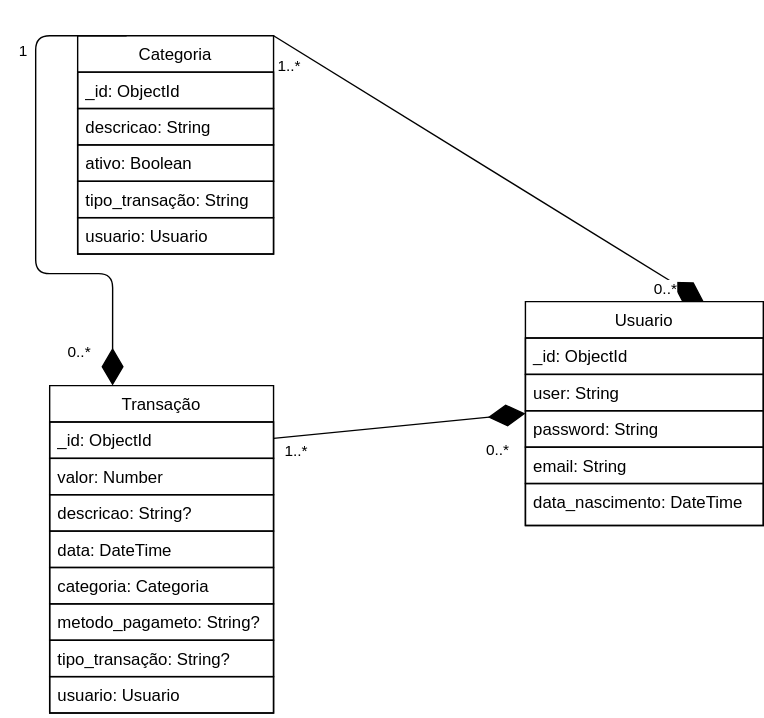
Above: docs/NoAM.svg in FatecFranca/DSM-G09-PI3-2024-2 (draw.io), before the change. Source tidied: cells renumbered, new cells last; positions are measured from the earlier drawing's top-left corner, leaving out a move shared by most shapes.
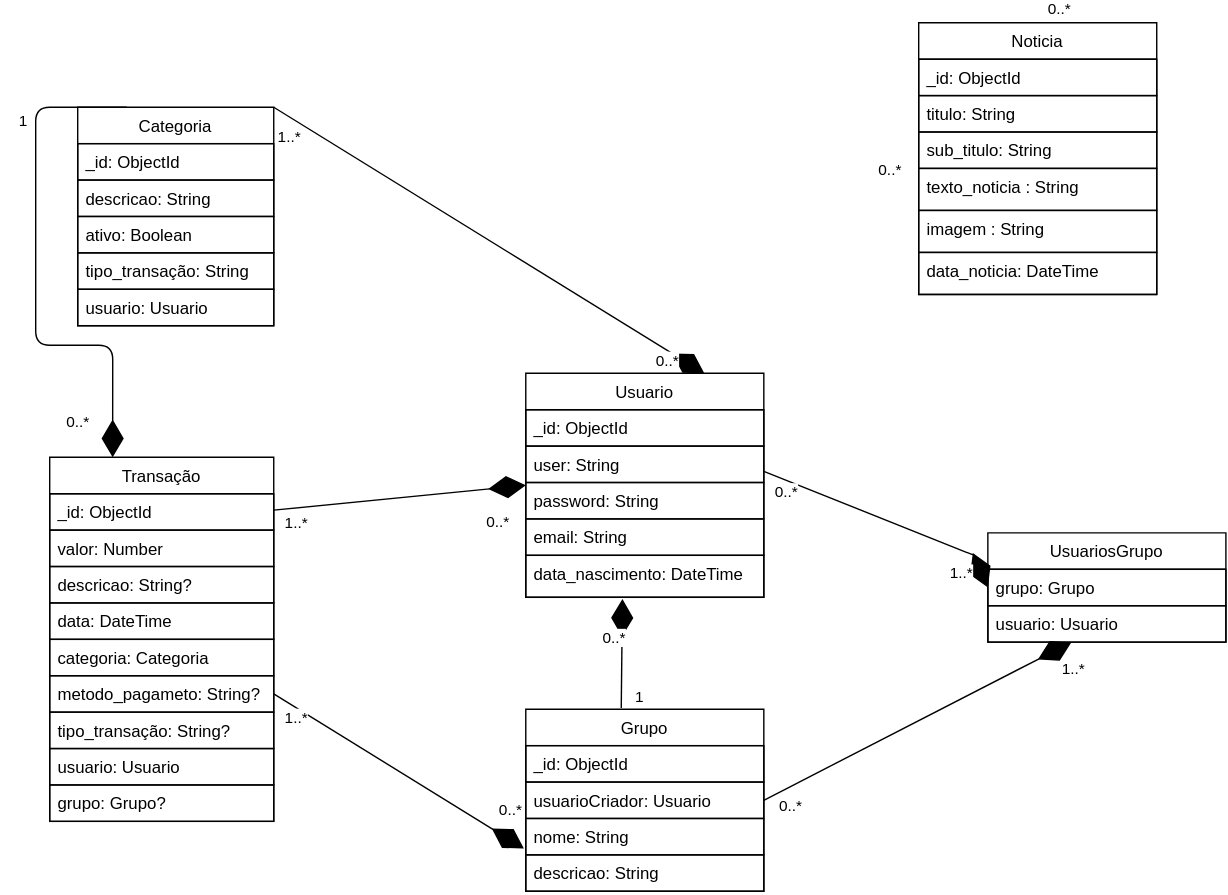
Above is the later version.

Commit message:
Ajustando schema.prisma e diagrama do banco

The edit, as a diff of the source:
```diff
@@ -3,7 +3,7 @@
     <mxCell id="0" />
     <mxCell id="1" parent="0" />
     <mxCell id="2" value="Transação" style="swimlane;fontStyle=0;horizontal=1;startSize=26;fillColor=none;labelBackgroundColor=#FFFFFF;labelBorderColor=none;fontColor=#000000;strokeColor=#000000;" parent="1" vertex="1">
-      <mxGeometry x="10" y="250" width="160" height="234" as="geometry" />
+      <mxGeometry x="10" y="250" width="160" height="260" as="geometry" />
     </mxCell>
     <mxCell id="3" value="_id: ObjectId" style="text;strokeColor=#000000;fillColor=none;align=left;verticalAlign=top;spacingLeft=4;spacingRight=4;overflow=hidden;labelBackgroundColor=#FFFFFF;labelBorderColor=none;fontColor=#000000;" parent="2" vertex="1">
       <mxGeometry y="26" width="160" height="26" as="geometry" />
@@ -29,6 +29,9 @@
     <mxCell id="10" value="usuario: Usuario" style="text;strokeColor=#000000;fillColor=none;align=left;verticalAlign=top;spacingLeft=4;spacingRight=4;overflow=hidden;labelBackgroundColor=#FFFFFF;labelBorderColor=none;fontColor=#000000;rounded=0;" parent="2" vertex="1">
       <mxGeometry y="208" width="160" height="26" as="geometry" />
     </mxCell>
+    <mxCell id="32" value="grupo: Grupo?" style="text;strokeColor=#000000;fillColor=none;align=left;verticalAlign=top;spacingLeft=4;spacingRight=4;overflow=hidden;labelBackgroundColor=#FFFFFF;labelBorderColor=none;fontColor=#000000;rounded=0;" parent="2" vertex="1">
+      <mxGeometry y="234" width="160" height="26" as="geometry" />
+    </mxCell>
     <mxCell id="11" value="Categoria" style="swimlane;fontStyle=0;horizontal=1;startSize=26;fillColor=none;labelBackgroundColor=#FFFFFF;labelBorderColor=none;fontColor=#000000;strokeColor=#000000;" parent="1" vertex="1">
       <mxGeometry x="30" width="140" height="156" as="geometry" />
     </mxCell>
@@ -113,5 +116,113 @@
         <mxPoint x="-5" y="2" as="offset" />
       </mxGeometry>
     </mxCell>
+    <mxCell id="33" value="Noticia" style="swimlane;fontStyle=0;horizontal=1;startSize=26;fillColor=none;labelBackgroundColor=#FFFFFF;labelBorderColor=none;fontColor=#000000;shadow=0;strokeColor=#000000;" parent="1" vertex="1">
+      <mxGeometry x="630.6" y="-60.3" width="170" height="194" as="geometry" />
+    </mxCell>
+    <mxCell id="34" value="_id: ObjectId&#10;" style="text;strokeColor=#000000;fillColor=none;align=left;verticalAlign=top;spacingLeft=4;spacingRight=4;overflow=hidden;labelBackgroundColor=#FFFFFF;labelBorderColor=none;fontColor=#000000;" parent="33" vertex="1">
+      <mxGeometry y="26" width="170" height="26" as="geometry" />
+    </mxCell>
+    <mxCell id="35" value="titulo: String" style="text;strokeColor=#000000;fillColor=none;align=left;verticalAlign=top;spacingLeft=4;spacingRight=4;overflow=hidden;labelBackgroundColor=#FFFFFF;labelBorderColor=none;fontColor=#000000;" parent="33" vertex="1">
+      <mxGeometry y="52" width="170" height="26" as="geometry" />
+    </mxCell>
+    <mxCell id="36" value="sub_titulo: String" style="text;strokeColor=#000000;fillColor=none;align=left;verticalAlign=top;spacingLeft=4;spacingRight=4;overflow=hidden;labelBackgroundColor=#FFFFFF;labelBorderColor=none;fontColor=#000000;" parent="33" vertex="1">
+      <mxGeometry y="78" width="170" height="26" as="geometry" />
+    </mxCell>
+    <mxCell id="37" value="texto_noticia : String  &#10;" style="text;strokeColor=#000000;fillColor=none;align=left;verticalAlign=top;spacingLeft=4;spacingRight=4;overflow=hidden;labelBackgroundColor=#FFFFFF;labelBorderColor=none;fontColor=#000000;" parent="33" vertex="1">
+      <mxGeometry y="104" width="170" height="30" as="geometry" />
+    </mxCell>
+    <mxCell id="38" value="imagem : String  &#10;" style="text;strokeColor=#000000;fillColor=none;align=left;verticalAlign=top;spacingLeft=4;spacingRight=4;overflow=hidden;labelBackgroundColor=#FFFFFF;labelBorderColor=none;fontColor=#000000;" parent="33" vertex="1">
+      <mxGeometry y="134" width="170" height="30" as="geometry" />
+    </mxCell>
+    <mxCell id="39" value="data_noticia: DateTime  &#10;" style="text;strokeColor=#000000;fillColor=none;align=left;verticalAlign=top;spacingLeft=4;spacingRight=4;overflow=hidden;labelBackgroundColor=#FFFFFF;labelBorderColor=none;fontColor=#000000;" parent="33" vertex="1">
+      <mxGeometry y="164" width="170" height="30" as="geometry" />
+    </mxCell>
+    <mxCell id="40" value="0..*" style="edgeLabel;html=1;align=center;verticalAlign=middle;labelBackgroundColor=#FFFFFF;labelBorderColor=none;fontColor=#000000;" parent="1" vertex="1">
+      <mxGeometry x="610" y="44.9" as="geometry" />
+    </mxCell>
+    <mxCell id="41" value="0..*" style="edgeLabel;html=1;align=center;verticalAlign=middle;labelBackgroundColor=#FFFFFF;labelBorderColor=none;fontColor=#000000;" parent="1" vertex="1">
+      <mxGeometry x="730.4" y="-70" as="geometry" />
+    </mxCell>
+    <mxCell id="42" value="Grupo" style="swimlane;fontStyle=0;horizontal=1;startSize=26;fillColor=none;labelBackgroundColor=#FFFFFF;labelBorderColor=none;fontColor=#000000;shadow=0;strokeColor=#000000;" parent="1" vertex="1">
+      <mxGeometry x="350" y="429.9" width="170" height="130" as="geometry" />
+    </mxCell>
+    <mxCell id="43" value="_id: ObjectId&#10;" style="text;strokeColor=#000000;fillColor=none;align=left;verticalAlign=top;spacingLeft=4;spacingRight=4;overflow=hidden;labelBackgroundColor=#FFFFFF;labelBorderColor=none;fontColor=#000000;" parent="42" vertex="1">
+      <mxGeometry y="26" width="170" height="26" as="geometry" />
+    </mxCell>
+    <mxCell id="44" value="usuarioCriador: Usuario" style="text;strokeColor=#000000;fillColor=none;align=left;verticalAlign=top;spacingLeft=4;spacingRight=4;overflow=hidden;points=[[0,0.5],[1,0.5]];portConstraint=eastwest;labelBackgroundColor=#FFFFFF;labelBorderColor=none;fontColor=#000000;" parent="42" vertex="1">
+      <mxGeometry y="52" width="170" height="26" as="geometry" />
+    </mxCell>
+    <mxCell id="45" value="nome: String" style="text;strokeColor=#000000;fillColor=none;align=left;verticalAlign=top;spacingLeft=4;spacingRight=4;overflow=hidden;points=[[0,0.5],[1,0.5]];portConstraint=eastwest;labelBackgroundColor=#FFFFFF;labelBorderColor=none;fontColor=#000000;" parent="42" vertex="1">
+      <mxGeometry y="78" width="170" height="26" as="geometry" />
+    </mxCell>
+    <mxCell id="46" value="descricao: String" style="text;strokeColor=#000000;fillColor=none;align=left;verticalAlign=top;spacingLeft=4;spacingRight=4;overflow=hidden;labelBackgroundColor=#FFFFFF;labelBorderColor=none;fontColor=#000000;" parent="42" vertex="1">
+      <mxGeometry y="104" width="170" height="26" as="geometry" />
+    </mxCell>
+    <mxCell id="47" value="0..*" style="edgeLabel;html=1;align=center;verticalAlign=middle;labelBackgroundColor=#FFFFFF;labelBorderColor=none;fontColor=#000000;" parent="1" vertex="1">
+      <mxGeometry x="340" y="500" as="geometry">
+        <mxPoint x="-1" y="2" as="offset" />
+      </mxGeometry>
+    </mxCell>
+    <mxCell id="48" style="endArrow=diamondThin;endFill=1;endSize=24;html=1;exitX=1;exitY=0.5;exitDx=0;exitDy=0;entryX=-0.008;entryY=0.823;entryDx=0;entryDy=0;entryPerimeter=0;labelBackgroundColor=#FFFFFF;labelBorderColor=none;fontColor=#000000;strokeColor=#000000;" parent="1" edge="1" source="8" target="45">
+      <mxGeometry relative="1" as="geometry" />
+    </mxCell>
+    <mxCell id="49" value="1..*" style="edgeLabel;html=1;align=center;verticalAlign=middle;labelBackgroundColor=#FFFFFF;labelBorderColor=none;fontColor=#000000;" parent="48" vertex="1">
+      <mxGeometry x="-0.88" relative="1" as="geometry">
+        <mxPoint x="5" y="10" as="offset" />
+      </mxGeometry>
+    </mxCell>
+    <mxCell id="50" style="endArrow=diamondThin;endFill=1;endSize=24;html=1;exitX=0.401;exitY=-0.007;exitDx=0;exitDy=0;entryX=0.406;entryY=1.038;entryDx=0;entryDy=0;entryPerimeter=0;labelBackgroundColor=#FFFFFF;labelBorderColor=none;fontColor=#000000;strokeColor=#000000;exitPerimeter=0;" parent="1" edge="1" source="42" target="22">
+      <mxGeometry relative="1" as="geometry" />
+    </mxCell>
+    <mxCell id="51" value="1" style="edgeLabel;html=1;align=center;verticalAlign=middle;labelBackgroundColor=#FFFFFF;labelBorderColor=none;fontColor=#000000;" parent="50" vertex="1">
+      <mxGeometry x="-0.88" relative="1" as="geometry">
+        <mxPoint x="12" y="-4" as="offset" />
+      </mxGeometry>
+    </mxCell>
+    <mxCell id="52" value="0..*" style="edgeLabel;html=1;align=center;verticalAlign=middle;labelBackgroundColor=#FFFFFF;labelBorderColor=none;fontColor=#000000;" parent="50" vertex="1">
+      <mxGeometry x="0.86" y="-2" relative="1" as="geometry">
+        <mxPoint x="-8" y="22" as="offset" />
+      </mxGeometry>
+    </mxCell>
+    <mxCell id="53" value="UsuariosGrupo" style="swimlane;fontStyle=0;horizontal=1;startSize=26;fillColor=none;labelBackgroundColor=#FFFFFF;labelBorderColor=none;fontColor=#000000;shadow=0;strokeColor=#000000;" parent="1" vertex="1">
+      <mxGeometry x="680" y="304" width="170" height="78" as="geometry" />
+    </mxCell>
+    <mxCell id="54" value="grupo: Grupo" style="text;strokeColor=#000000;fillColor=none;align=left;verticalAlign=top;spacingLeft=4;spacingRight=4;overflow=hidden;points=[[0,0.5],[1,0.5]];portConstraint=eastwest;labelBackgroundColor=#FFFFFF;labelBorderColor=none;fontColor=#000000;" parent="53" vertex="1">
+      <mxGeometry y="26" width="170" height="26" as="geometry" />
+    </mxCell>
+    <mxCell id="55" value="usuario: Usuario" style="text;strokeColor=#000000;fillColor=none;align=left;verticalAlign=top;spacingLeft=4;spacingRight=4;overflow=hidden;points=[[0,0.5],[1,0.5]];portConstraint=eastwest;labelBackgroundColor=#FFFFFF;labelBorderColor=none;fontColor=#000000;" parent="53" vertex="1">
+      <mxGeometry y="52" width="170" height="26" as="geometry" />
+    </mxCell>
+    <mxCell id="56" style="endArrow=diamondThin;endFill=1;endSize=24;html=1;exitX=1;exitY=0.5;exitDx=0;exitDy=0;labelBackgroundColor=#FFFFFF;labelBorderColor=none;fontColor=#000000;strokeColor=#000000;" parent="1" edge="1" source="44" target="55">
+      <mxGeometry relative="1" as="geometry" />
+    </mxCell>
+    <mxCell id="57" value="0..*" style="edgeLabel;html=1;align=center;verticalAlign=middle;labelBackgroundColor=#FFFFFF;labelBorderColor=none;fontColor=#000000;" parent="56" vertex="1">
+      <mxGeometry x="-0.88" relative="1" as="geometry">
+        <mxPoint x="5" y="10" as="offset" />
+      </mxGeometry>
+    </mxCell>
+    <mxCell id="58" style="endArrow=diamondThin;endFill=1;endSize=24;html=1;exitX=1;exitY=0.5;exitDx=0;exitDy=0;entryX=0;entryY=0.5;entryDx=0;entryDy=0;labelBackgroundColor=#FFFFFF;labelBorderColor=none;fontColor=#000000;strokeColor=#000000;" parent="1" edge="1" target="54">
+      <mxGeometry relative="1" as="geometry">
+        <mxPoint x="520" y="260" as="sourcePoint" />
+        <Array as="points">
+          <mxPoint x="670" y="320" />
+        </Array>
+      </mxGeometry>
+    </mxCell>
+    <mxCell id="59" value="0..*" style="edgeLabel;html=1;align=center;verticalAlign=middle;labelBackgroundColor=#FFFFFF;labelBorderColor=none;fontColor=#000000;" parent="58" vertex="1">
+      <mxGeometry x="-0.88" relative="1" as="geometry">
+        <mxPoint x="5" y="10" as="offset" />
+      </mxGeometry>
+    </mxCell>
+    <mxCell id="60" value="1..*" style="edgeLabel;html=1;align=center;verticalAlign=middle;labelBackgroundColor=#FFFFFF;labelBorderColor=none;fontColor=#000000;" parent="1" vertex="1">
+      <mxGeometry x="548.1" y="508.2" as="geometry">
+        <mxPoint x="192" y="-108" as="offset" />
+      </mxGeometry>
+    </mxCell>
+    <mxCell id="61" value="1..*" style="edgeLabel;html=1;align=center;verticalAlign=middle;labelBackgroundColor=#FFFFFF;labelBorderColor=none;fontColor=#000000;" parent="1" vertex="1">
+      <mxGeometry x="545.5" y="284.2" as="geometry">
+        <mxPoint x="115" y="48" as="offset" />
+      </mxGeometry>
+    </mxCell>
   </root>
 </mxGraphModel>
```
